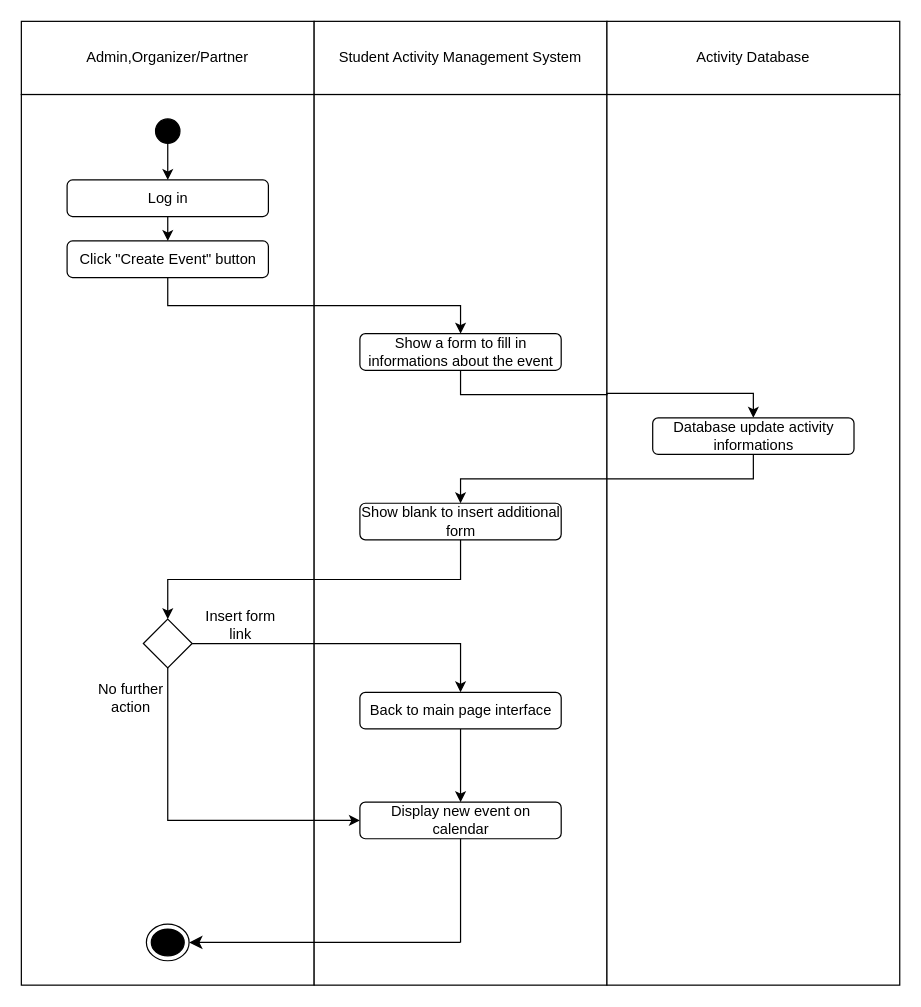
The draw.io diagram activity diagram/UC018 act_diagram.drawio in wei2030/year2_project, before the edit. Source tidied: cells renumbered, new cells numbered last; positions are measured from the earlier drawing's top-left corner, leaving out a move shared by most shapes. Both pictures are drawn from the tidied source at 122%, with x=0, y=0 at pixel (21, 21).
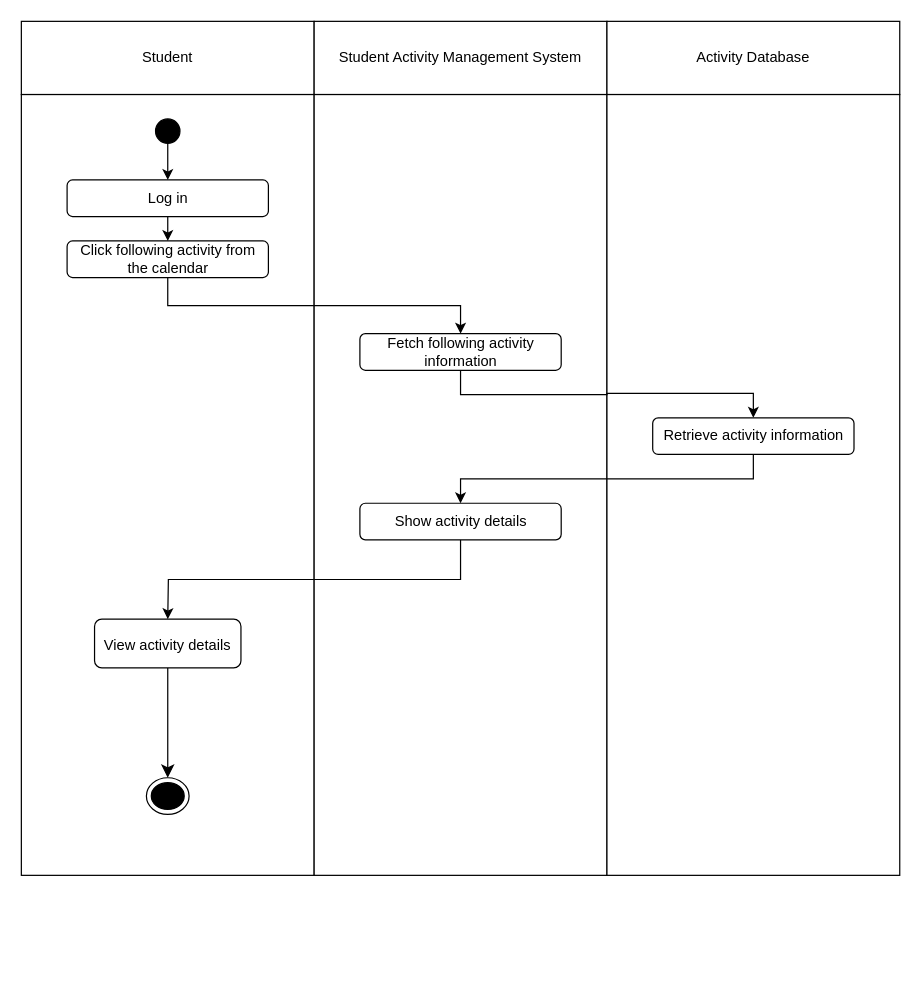
After the change.

Change to the diagram source:
```diff
@@
-    <mxCell id="2" value="Admin,Organizer/Partner" style="html=1;whiteSpace=wrap;" parent="1" vertex="1">
+    <mxCell id="2" value="Student" style="html=1;whiteSpace=wrap;" parent="1" vertex="1">
       <mxGeometry width="240" height="60" as="geometry" />
     </mxCell>
@@
     <mxCell id="5" style="html=1;whiteSpace=wrap;" parent="1" vertex="1">
-      <mxGeometry y="60" width="240" height="730" as="geometry" />
+      <mxGeometry y="60" width="240" height="640" as="geometry" />
     </mxCell>
     <mxCell id="6" style="html=1;whiteSpace=wrap;" parent="1" vertex="1">
-      <mxGeometry x="240" y="60" width="240" height="730" as="geometry" />
+      <mxGeometry x="240" y="60" width="240" height="640" as="geometry" />
     </mxCell>
     <mxCell id="7" style="html=1;whiteSpace=wrap;" parent="1" vertex="1">
-      <mxGeometry x="480" y="60" width="240" height="730" as="geometry" />
+      <mxGeometry x="480" y="60" width="240" height="640" as="geometry" />
     </mxCell>
@@
-    <mxCell id="13" value="Click &quot;Create Event&quot; button" style="rounded=1;whiteSpace=wrap;html=1;" parent="1" vertex="1">
+    <mxCell id="13" value="Click following activity from the calendar" style="rounded=1;whiteSpace=wrap;html=1;" parent="1" vertex="1">
       <mxGeometry x="37.5" y="180" width="165" height="30" as="geometry" />
     </mxCell>
@@
-    <mxCell id="15" value="Show a form to fill in informations about the event" style="rounded=1;whiteSpace=wrap;html=1;" parent="1" vertex="1">
+    <mxCell id="15" value="Fetch following activity information" style="rounded=1;whiteSpace=wrap;html=1;" parent="1" vertex="1">
       <mxGeometry x="277.5" y="256" width="165" height="30" as="geometry" />
     </mxCell>
@@
-    <mxCell id="17" value="Database update activity informations" style="rounded=1;whiteSpace=wrap;html=1;" parent="1" vertex="1">
+    <mxCell id="17" value="Retrieve activity information" style="rounded=1;whiteSpace=wrap;html=1;" parent="1" vertex="1">
       <mxGeometry x="517.5" y="325" width="165" height="30" as="geometry" />
     </mxCell>
-    <mxCell id="18" style="edgeStyle=orthogonalEdgeStyle;rounded=0;jettySize=auto;html=1;exitX=0.5;exitY=1;exitDx=0;exitDy=0;entryX=0.5;entryY=0;entryDx=0;entryDy=0;" parent="1" edge="1" source="19" target="22">
-      <mxGeometry relative="1" as="geometry" />
+    <mxCell id="18" style="edgeStyle=orthogonalEdgeStyle;rounded=0;jettySize=auto;html=1;exitX=0.5;exitY=1;exitDx=0;exitDy=0;entryX=0.5;entryY=0;entryDx=0;entryDy=0;" parent="1" edge="1" source="19">
+      <mxGeometry relative="1" as="geometry">
+        <mxPoint x="120" y="490" as="targetPoint" />
+      </mxGeometry>
     </mxCell>
-    <mxCell id="19" value="Show blank to insert additional form" style="rounded=1;whiteSpace=wrap;html=1;" parent="1" vertex="1">
+    <mxCell id="19" value="Show activity details" style="rounded=1;whiteSpace=wrap;html=1;" parent="1" vertex="1">
       <mxGeometry x="277.5" y="395" width="165" height="30" as="geometry" />
     </mxCell>
-    <mxCell id="20" style="edgeStyle=orthogonalEdgeStyle;rounded=0;jettySize=auto;html=1;exitX=1;exitY=0.5;exitDx=0;exitDy=0;entryX=0.5;entryY=0;entryDx=0;entryDy=0;" parent="1" edge="1" source="22" target="24">
-      <mxGeometry relative="1" as="geometry" />
-    </mxCell>
-    <mxCell id="21" style="edgeStyle=orthogonalEdgeStyle;rounded=0;jettySize=auto;html=1;exitX=0.5;exitY=1;exitDx=0;exitDy=0;entryX=0;entryY=0.5;entryDx=0;entryDy=0;" parent="1" edge="1" source="22" target="28">
-      <mxGeometry relative="1" as="geometry" />
-    </mxCell>
-    <mxCell id="22" style="rhombus;whiteSpace=wrap;html=1;" parent="1" vertex="1">
-      <mxGeometry x="100" y="490" width="40" height="40" as="geometry" />
-    </mxCell>
-    <mxCell id="23" style="edgeStyle=orthogonalEdgeStyle;rounded=0;jettySize=auto;html=1;exitX=0.5;exitY=1;exitDx=0;exitDy=0;entryX=0.5;entryY=0;entryDx=0;entryDy=0;" parent="1" edge="1" source="24" target="28">
-      <mxGeometry relative="1" as="geometry" />
-    </mxCell>
-    <mxCell id="24" value="Back to main page interface" style="rounded=1;whiteSpace=wrap;html=1;" parent="1" vertex="1">
-      <mxGeometry x="277.5" y="550" width="165" height="30" as="geometry" />
-    </mxCell>
     <mxCell id="25" style="ellipse;html=1;shape=endState;fillColor=#000000;strokeColor=#000;" parent="1" vertex="1">
-      <mxGeometry x="102.5" y="740" width="35" height="30" as="geometry" />
+      <mxGeometry x="102.5" y="620" width="35" height="30" as="geometry" />
     </mxCell>
-    <mxCell id="26" value="Insert form link" style="text;html=1;strokeColor=none;fillColor=none;align=center;verticalAlign=middle;whiteSpace=wrap;rounded=0;" parent="1" vertex="1">
-      <mxGeometry x="140" y="480" width="80" height="30" as="geometry" />
-    </mxCell>
-    <mxCell id="27" value="No further action" style="text;html=1;strokeColor=none;fillColor=none;align=center;verticalAlign=middle;whiteSpace=wrap;rounded=0;" parent="1" vertex="1">
-      <mxGeometry x="50" y="540" width="80" height="30" as="geometry" />
-    </mxCell>
-    <mxCell id="28" value="Display new event on calendar" style="rounded=1;whiteSpace=wrap;html=1;" parent="1" vertex="1">
-      <mxGeometry x="277.5" y="640" width="165" height="30" as="geometry" />
-    </mxCell>
-    <mxCell id="29" style="endArrow=none;html=1;rounded=0;fontSize=12;startSize=8;endSize=8;curved=1;entryX=0.5;entryY=1;entryDx=0;entryDy=0;" parent="1" edge="1" target="28">
-      <mxGeometry relative="1" as="geometry">
-        <mxPoint x="360" y="755" as="sourcePoint" />
-      </mxGeometry>
-    </mxCell>
-    <mxCell id="30" style="endArrow=classic;html=1;rounded=0;fontSize=12;startSize=8;endSize=8;curved=1;entryX=1;entryY=0.5;entryDx=0;entryDy=0;" parent="1" edge="1" target="25">
-      <mxGeometry relative="1" as="geometry">
-        <mxPoint x="360" y="755" as="sourcePoint" />
-      </mxGeometry>
-    </mxCell>
+    <mxCell id="31" style="edgeStyle=none;curved=1;rounded=0;jettySize=auto;html=1;fontSize=12;startSize=8;endSize=8;" parent="1" edge="1" source="32">
+      <mxGeometry relative="1" as="geometry">
+        <mxPoint x="120" y="620" as="targetPoint" />
+      </mxGeometry>
+    </mxCell>
+    <mxCell id="32" value="&lt;font style=&quot;font-size: 12px;&quot;&gt;View activity details&lt;/font&gt;" style="rounded=1;whiteSpace=wrap;html=1;fontSize=16;" parent="1" vertex="1">
+      <mxGeometry x="60" y="490" width="120" height="40" as="geometry" />
+    </mxCell>
```
